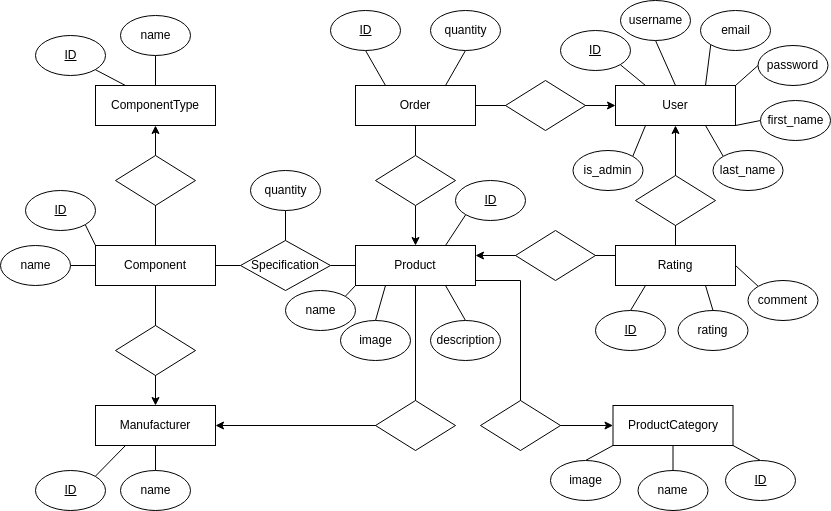
This is docs/game_store_ERD.png from Balsa-Dogandzic/Gaming_store_API, a draw.io export, as it was before one commit. Source tidied: cells renumbered, new cells last; positions are measured from the earlier drawing's top-left corner, leaving out a move shared by most shapes.
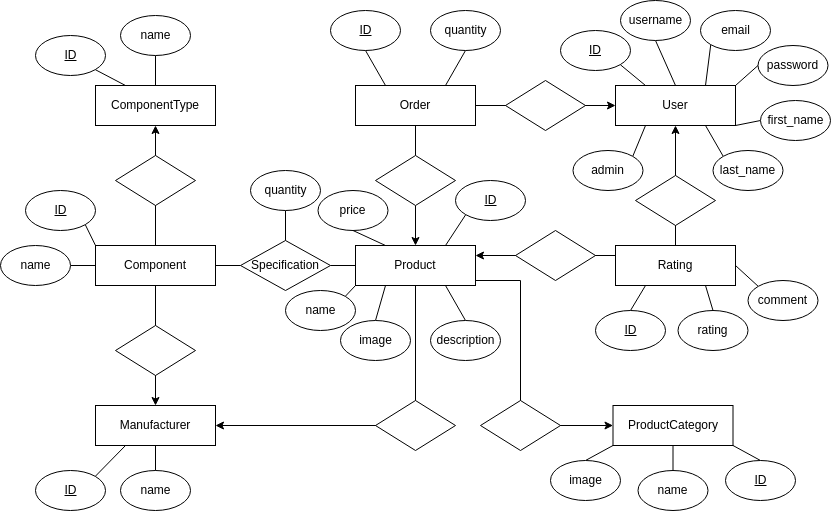
The same file after the commit.

Commit message:
Filtering by product category on product GET req

What changed in the source:
```diff
@@ -268,7 +268,7 @@
     <mxCell id="87" style="ellipse;whiteSpace=wrap;html=1;" parent="1" vertex="1">
       <mxGeometry x="572.5" y="150" width="70" height="40" as="geometry" />
     </mxCell>
-    <mxCell id="88" value="is_admin" style="text;html=1;strokeColor=none;fillColor=none;align=center;verticalAlign=middle;whiteSpace=wrap;rounded=0;" parent="1" vertex="1">
+    <mxCell id="88" value="admin" style="text;html=1;strokeColor=none;fillColor=none;align=center;verticalAlign=middle;whiteSpace=wrap;rounded=0;" parent="1" vertex="1">
       <mxGeometry x="585" y="160" width="45" height="20" as="geometry" />
     </mxCell>
     <mxCell id="89" style="rhombus;whiteSpace=wrap;html=1;" parent="1" vertex="1">
@@ -355,5 +355,14 @@
     <mxCell id="116" value="image" style="text;html=1;strokeColor=none;fillColor=none;align=center;verticalAlign=middle;whiteSpace=wrap;rounded=0;" parent="1" vertex="1">
       <mxGeometry x="562.5" y="470" width="45" height="20" as="geometry" />
     </mxCell>
+    <mxCell id="117" style="rounded=0;jettySize=auto;html=1;exitX=0.5;exitY=1;exitDx=0;exitDy=0;entryX=0.25;entryY=0;entryDx=0;entryDy=0;endArrow=none;endFill=0;" parent="1" edge="1" source="118" target="3">
+      <mxGeometry relative="1" as="geometry" />
+    </mxCell>
+    <mxCell id="118" style="ellipse;whiteSpace=wrap;html=1;" parent="1" vertex="1">
+      <mxGeometry x="317.5" y="190" width="70" height="40" as="geometry" />
+    </mxCell>
+    <mxCell id="119" value="price" style="text;html=1;strokeColor=none;fillColor=none;align=center;verticalAlign=middle;whiteSpace=wrap;rounded=0;" parent="1" vertex="1">
+      <mxGeometry x="330" y="200" width="45" height="20" as="geometry" />
+    </mxCell>
   </root>
 </mxGraphModel>
```
